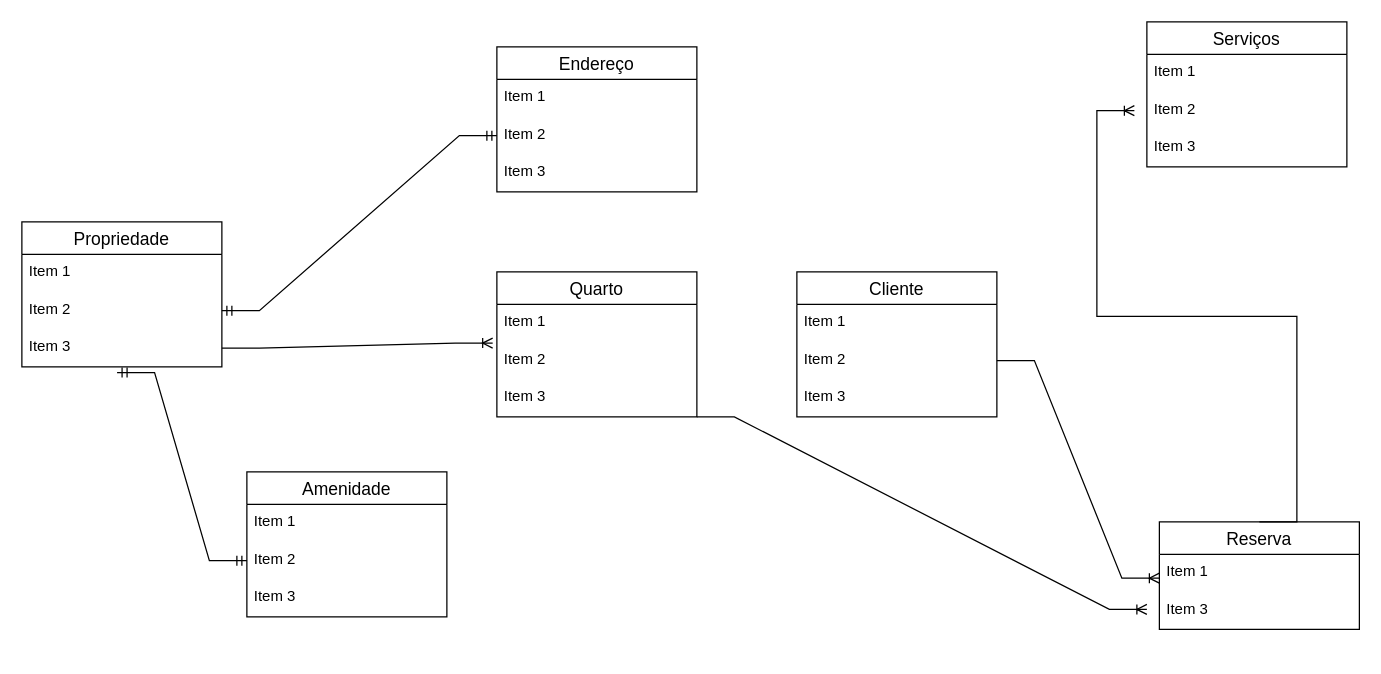
This is resources/entidades_-_hackaton.drawio from alexgrds/hospitality-graduate, a draw.io file, before an edit. Source tidied: cells renumbered, new cells numbered last; positions are measured from the earlier drawing's top-left corner, leaving out a move shared by most shapes. Both pictures are drawn from the tidied source at 125%, with x=0, y=0 at pixel (21, 21).
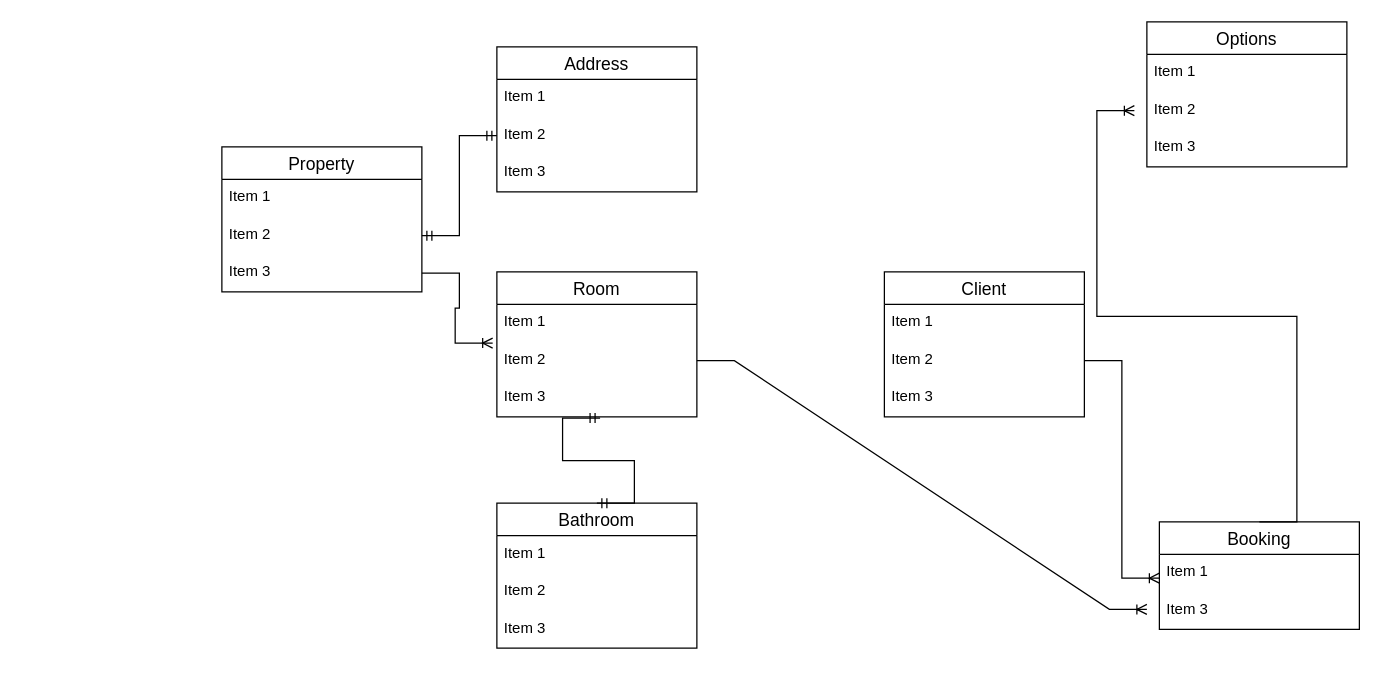
Above is the later version.

Unchanged cells that the change refers to:
```xml
<mxCell id="16" value="Item 3" style="text;strokeColor=none;fillColor=none;spacingLeft=4;spacingRight=4;overflow=hidden;points=[[0,0.5],[1,0.5]];portConstraint=eastwest;fontSize=12;whiteSpace=wrap;html=1;" parent="13" vertex="1">
  <mxGeometry y="86" width="160" height="30" as="geometry" />
</mxCell>
<mxCell id="23" value="Item 2" style="text;strokeColor=none;fillColor=none;spacingLeft=4;spacingRight=4;overflow=hidden;points=[[0,0.5],[1,0.5]];portConstraint=eastwest;fontSize=12;whiteSpace=wrap;html=1;" parent="21" vertex="1">
  <mxGeometry y="56" width="160" height="30" as="geometry" />
</mxCell>
<mxCell id="24" value="Item 3" style="text;strokeColor=none;fillColor=none;spacingLeft=4;spacingRight=4;overflow=hidden;points=[[0,0.5],[1,0.5]];portConstraint=eastwest;fontSize=12;whiteSpace=wrap;html=1;" parent="21" vertex="1">
  <mxGeometry y="86" width="160" height="30" as="geometry" />
</mxCell>
```

What changed in the source:
```diff
@@
-    <mxCell id="2" value="Cliente" style="swimlane;fontStyle=0;horizontal=1;startSize=26;align=center;fontSize=14;" parent="1" vertex="1">
-      <mxGeometry x="620" y="200" width="160" height="116" as="geometry" />
+    <mxCell id="2" value="Client" style="swimlane;fontStyle=0;horizontal=1;startSize=26;align=center;fontSize=14;" parent="1" vertex="1">
+      <mxGeometry x="690" y="200" width="160" height="116" as="geometry" />
     </mxCell>
@@
-    <mxCell id="6" value="Reserva" style="swimlane;fontStyle=0;horizontal=1;startSize=26;align=center;fontSize=14;" parent="1" vertex="1">
+    <mxCell id="6" value="Booking" style="swimlane;fontStyle=0;horizontal=1;startSize=26;align=center;fontSize=14;" parent="1" vertex="1">
       <mxGeometry x="910" y="400" width="160" height="86" as="geometry" />
     </mxCell>
@@
-    <mxCell id="9" value="Serviços" style="swimlane;fontStyle=0;horizontal=1;startSize=26;align=center;fontSize=14;" parent="1" vertex="1">
+    <mxCell id="9" value="Options" style="swimlane;fontStyle=0;horizontal=1;startSize=26;align=center;fontSize=14;" parent="1" vertex="1">
       <mxGeometry x="900" width="160" height="116" as="geometry" />
     </mxCell>
@@
-    <mxCell id="13" value="Propriedade" style="swimlane;fontStyle=0;horizontal=1;startSize=26;align=center;fontSize=14;" parent="1" vertex="1">
-      <mxGeometry y="160" width="160" height="116" as="geometry" />
+    <mxCell id="13" value="Property" style="swimlane;fontStyle=0;horizontal=1;startSize=26;align=center;fontSize=14;" parent="1" vertex="1">
+      <mxGeometry x="160" y="100" width="160" height="116" as="geometry" />
     </mxCell>
@@
-    <mxCell id="17" value="Endereço" style="swimlane;fontStyle=0;horizontal=1;startSize=26;align=center;fontSize=14;" parent="1" vertex="1">
+    <mxCell id="17" value="Address" style="swimlane;fontStyle=0;horizontal=1;startSize=26;align=center;fontSize=14;" parent="1" vertex="1">
       <mxGeometry x="380" y="20" width="160" height="116" as="geometry" />
     </mxCell>
@@
-    <mxCell id="21" value="Quarto" style="swimlane;fontStyle=0;horizontal=1;startSize=26;align=center;fontSize=14;" parent="1" vertex="1">
+    <mxCell id="21" value="Room" style="swimlane;fontStyle=0;horizontal=1;startSize=26;align=center;fontSize=14;" parent="1" vertex="1">
       <mxGeometry x="380" y="200" width="160" height="116" as="geometry" />
     </mxCell>
@@
-    <mxCell id="25" value="Amenidade" style="swimlane;fontStyle=0;horizontal=1;startSize=26;align=center;fontSize=14;" parent="1" vertex="1">
-      <mxGeometry x="180" y="360" width="160" height="116" as="geometry" />
-    </mxCell>
-    <mxCell id="26" value="Item 1" style="text;strokeColor=none;fillColor=none;spacingLeft=4;spacingRight=4;overflow=hidden;fontSize=12;whiteSpace=wrap;html=1;" parent="25" vertex="1">
-      <mxGeometry y="26" width="160" height="30" as="geometry" />
-    </mxCell>
-    <mxCell id="27" value="Item 2" style="text;strokeColor=none;fillColor=none;spacingLeft=4;spacingRight=4;overflow=hidden;points=[[0,0.5],[1,0.5]];portConstraint=eastwest;fontSize=12;whiteSpace=wrap;html=1;" parent="25" vertex="1">
-      <mxGeometry y="56" width="160" height="30" as="geometry" />
-    </mxCell>
-    <mxCell id="28" value="Item 3" style="text;strokeColor=none;fillColor=none;spacingLeft=4;spacingRight=4;overflow=hidden;fontSize=12;whiteSpace=wrap;html=1;" parent="25" vertex="1">
-      <mxGeometry y="86" width="160" height="30" as="geometry" />
-    </mxCell>
@@
-    <mxCell id="30" style="edgeStyle=entityRelationEdgeStyle;fontSize=12;html=1;endArrow=ERmandOne;startArrow=ERmandOne;rounded=0;entryX=0;entryY=0.5;entryDx=0;entryDy=0;exitX=0.476;exitY=1.153;exitDx=0;exitDy=0;exitPerimeter=0;" parent="1" edge="1" source="16" target="27">
-      <mxGeometry relative="1" as="geometry">
-        <Array as="points">
-          <mxPoint x="414.6" y="364.2" />
-          <mxPoint x="100" y="370" />
-          <mxPoint x="384.6" y="394.2" />
-        </Array>
-      </mxGeometry>
-    </mxCell>
-    <mxCell id="31" style="edgeStyle=entityRelationEdgeStyle;fontSize=12;html=1;endArrow=ERoneToMany;rounded=0;exitX=1;exitY=0.5;exitDx=0;exitDy=0;entryX=-0.021;entryY=0.033;entryDx=0;entryDy=0;entryPerimeter=0;" parent="1" edge="1" source="16" target="23">
+    <mxCell id="31" style="edgeStyle=entityRelationEdgeStyle;fontSize=12;html=1;endArrow=ERoneToMany;rounded=0;exitX=1;exitY=0.5;exitDx=0;exitDy=0;entryX=-0.021;entryY=0.033;entryDx=0;entryDy=0;entryPerimeter=0;fontStyle=1;" parent="1" edge="1" source="16" target="23">
       <mxGeometry relative="1" as="geometry" />
     </mxCell>
@@
-    <mxCell id="34" style="edgeStyle=entityRelationEdgeStyle;fontSize=12;html=1;endArrow=ERoneToMany;rounded=0;exitX=1.024;exitY=1.007;exitDx=0;exitDy=0;exitPerimeter=0;" parent="1" edge="1">
+    <mxCell id="34" style="edgeStyle=entityRelationEdgeStyle;fontSize=12;html=1;endArrow=ERoneToMany;rounded=0;exitX=1;exitY=0.5;exitDx=0;exitDy=0;" parent="1" edge="1" source="23">
       <mxGeometry relative="1" as="geometry">
-        <mxPoint x="540" y="316" as="sourcePoint" />
         <mxPoint x="900" y="470" as="targetPoint" />
       </mxGeometry>
     </mxCell>
+    <mxCell id="35" value="Bathroom" style="swimlane;fontStyle=0;horizontal=1;startSize=26;align=center;fontSize=14;" parent="1" vertex="1">
+      <mxGeometry x="380" y="385" width="160" height="116" as="geometry" />
+    </mxCell>
+    <mxCell id="26" value="Item 1" style="text;strokeColor=none;fillColor=none;spacingLeft=4;spacingRight=4;overflow=hidden;fontSize=12;whiteSpace=wrap;html=1;" parent="35" vertex="1">
+      <mxGeometry y="26" width="160" height="30" as="geometry" />
+    </mxCell>
+    <mxCell id="27" value="Item 2" style="text;strokeColor=none;fillColor=none;spacingLeft=4;spacingRight=4;overflow=hidden;points=[[0,0.5],[1,0.5]];portConstraint=eastwest;fontSize=12;whiteSpace=wrap;html=1;" parent="35" vertex="1">
+      <mxGeometry y="56" width="160" height="30" as="geometry" />
+    </mxCell>
+    <mxCell id="28" value="Item 3" style="text;strokeColor=none;fillColor=none;spacingLeft=4;spacingRight=4;overflow=hidden;fontSize=12;whiteSpace=wrap;html=1;" parent="35" vertex="1">
+      <mxGeometry y="86" width="160" height="30" as="geometry" />
+    </mxCell>
+    <mxCell id="36" style="edgeStyle=entityRelationEdgeStyle;fontSize=12;html=1;endArrow=ERmandOne;startArrow=ERmandOne;rounded=0;entryX=0.516;entryY=1.033;entryDx=0;entryDy=0;entryPerimeter=0;exitX=0.5;exitY=0;exitDx=0;exitDy=0;" parent="1" edge="1" source="35" target="24">
+      <mxGeometry relative="1" as="geometry" />
+    </mxCell>
```
